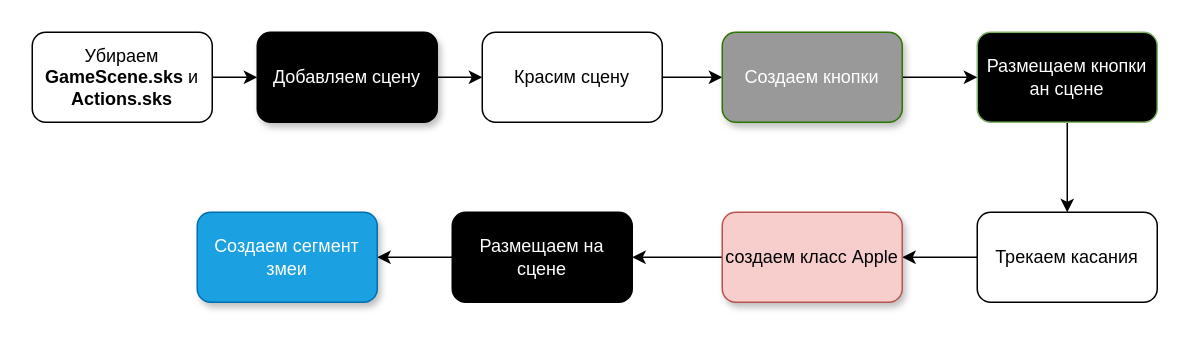
This is Untitled Diagram.drawio from Leonif/diagrams, a draw.io file, before an edit. Source tidied: cells renumbered, new cells numbered last; positions are measured from the earlier drawing's top-left corner, leaving out a move shared by most shapes. Both pictures are drawn from the tidied source at 150%, with x=0, y=0 at pixel (32, 32).
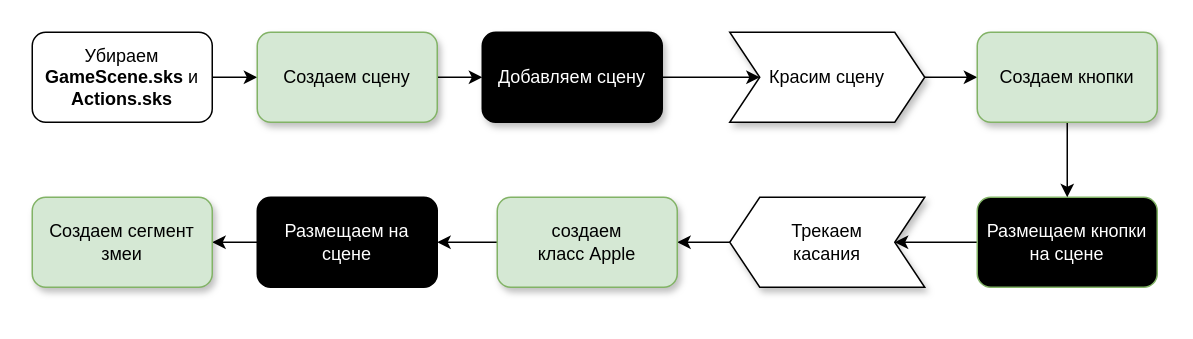
The same diagram, later.

The change refers to these unchanged cells:
```xml
<mxCell id="3" value="Убираем &lt;span style=&quot;font-weight: 600&quot;&gt;GameScene.sks&lt;/span&gt; и &lt;span style=&quot;font-weight: 600&quot;&gt;Actions.sks&lt;/span&gt;" style="rounded=1;whiteSpace=wrap;html=1;" parent="1" vertex="1">
  <mxGeometry width="120" height="60" as="geometry" />
</mxCell>
```

What changed in the source:
```diff
@@
-    <mxCell id="2" style="edgeStyle=orthogonalEdgeStyle;rounded=0;jettySize=auto;html=1;" parent="1" edge="1" source="3" target="5">
-      <mxGeometry relative="1" as="geometry" />
-    </mxCell>
+    <mxCell id="19" style="edgeStyle=orthogonalEdgeStyle;rounded=0;jettySize=auto;html=1;exitX=1;exitY=0.5;exitDx=0;exitDy=0;entryX=0;entryY=0.5;entryDx=0;entryDy=0;fontColor=#000000;" parent="1" edge="1" source="3" target="21">
+      <mxGeometry relative="1" as="geometry" />
+    </mxCell>
@@
-    <mxCell id="4" style="edgeStyle=orthogonalEdgeStyle;rounded=0;jettySize=auto;html=1;" parent="1" edge="1" source="5" target="7">
+    <mxCell id="4" style="edgeStyle=orthogonalEdgeStyle;rounded=0;jettySize=auto;html=1;entryX=0;entryY=0.5;entryDx=0;entryDy=0;" parent="1" edge="1" source="5" target="7">
       <mxGeometry relative="1" as="geometry" />
     </mxCell>
     <mxCell id="5" value="Добавляем сцену" style="whiteSpace=wrap;html=1;rounded=1;fillColor=#000000;fontColor=#FFFFFF;sketch=0;shadow=1;" parent="1" vertex="1">
-      <mxGeometry x="150" width="120" height="60" as="geometry" />
+      <mxGeometry x="300" width="120" height="60" as="geometry" />
     </mxCell>
-    <mxCell id="6" style="edgeStyle=orthogonalEdgeStyle;rounded=0;jettySize=auto;html=1;fontColor=#FFFFFF;" parent="1" edge="1" source="7" target="17">
+    <mxCell id="6" style="edgeStyle=orthogonalEdgeStyle;rounded=0;jettySize=auto;html=1;fontColor=#FFFFFF;exitX=1;exitY=0.5;exitDx=0;exitDy=0;" parent="1" edge="1" source="7" target="17">
       <mxGeometry relative="1" as="geometry" />
     </mxCell>
-    <mxCell id="7" value="Красим сцену" style="whiteSpace=wrap;html=1;rounded=1;" parent="1" vertex="1">
-      <mxGeometry x="300" width="120" height="60" as="geometry" />
-    </mxCell>
-    <mxCell id="8" style="edgeStyle=orthogonalEdgeStyle;rounded=0;jettySize=auto;html=1;" parent="1" edge="1" source="9" target="11">
-      <mxGeometry relative="1" as="geometry" />
+    <mxCell id="8" style="edgeStyle=orthogonalEdgeStyle;rounded=0;jettySize=auto;html=1;entryX=0;entryY=0.5;entryDx=0;entryDy=0;fontColor=#000000;" parent="1" edge="1" source="9" target="11">
+      <mxGeometry relative="1" as="geometry">
+        <Array as="points">
+          <mxPoint x="690" y="150" />
+        </Array>
+      </mxGeometry>
     </mxCell>
-    <mxCell id="9" value="Размещаем кнопки ан сцене" style="whiteSpace=wrap;html=1;rounded=1;strokeColor=#82b366;fontColor=#FFFFFF;fillColor=#000000;" parent="1" vertex="1">
-      <mxGeometry x="630" width="120" height="60" as="geometry" />
+    <mxCell id="9" value="Размещаем кнопки на сцене" style="whiteSpace=wrap;html=1;rounded=1;strokeColor=#82b366;fontColor=#FFFFFF;fillColor=#000000;" parent="1" vertex="1">
+      <mxGeometry x="630" y="110" width="120" height="60" as="geometry" />
     </mxCell>
-    <mxCell id="10" style="edgeStyle=orthogonalEdgeStyle;rounded=0;jettySize=auto;html=1;" parent="1" edge="1" source="11" target="13">
+    <mxCell id="10" style="edgeStyle=orthogonalEdgeStyle;rounded=0;jettySize=auto;html=1;exitX=0;exitY=0.5;exitDx=0;exitDy=0;" parent="1" edge="1" source="11" target="13">
       <mxGeometry relative="1" as="geometry" />
     </mxCell>
-    <mxCell id="11" value="Трекаем касания" style="whiteSpace=wrap;html=1;rounded=1;" parent="1" vertex="1">
-      <mxGeometry x="630" y="120" width="120" height="60" as="geometry" />
-    </mxCell>
@@
-    <mxCell id="13" value="создаем класс Apple" style="whiteSpace=wrap;html=1;rounded=1;fillColor=#f8cecc;strokeColor=#b85450;shadow=1;" parent="1" vertex="1">
-      <mxGeometry x="460" y="120" width="120" height="60" as="geometry" />
+    <mxCell id="13" value="&lt;div&gt;создаем &lt;br&gt;&lt;/div&gt;&lt;div&gt;класс Apple&lt;/div&gt;" style="whiteSpace=wrap;html=1;rounded=1;fillColor=#d5e8d4;strokeColor=#82b366;shadow=1;" parent="1" vertex="1">
+      <mxGeometry x="310" y="110" width="120" height="60" as="geometry" />
     </mxCell>
@@
     <mxCell id="15" value="Размещаем на сцене" style="whiteSpace=wrap;html=1;rounded=1;fillColor=#000000;fontColor=#FFFFFF;" parent="1" vertex="1">
-      <mxGeometry x="280" y="120" width="120" height="60" as="geometry" />
+      <mxGeometry x="150" y="110" width="120" height="60" as="geometry" />
     </mxCell>
@@
-    <mxCell id="17" value="Создаем кнопки" style="whiteSpace=wrap;html=1;rounded=1;strokeColor=#2D7600;fontColor=#ffffff;fillColor=#999999;shadow=1;" parent="1" vertex="1">
-      <mxGeometry x="460" width="120" height="60" as="geometry" />
+    <mxCell id="17" value="Создаем кнопки" style="whiteSpace=wrap;html=1;rounded=1;strokeColor=#82b366;fillColor=#d5e8d4;shadow=1;" parent="1" vertex="1">
+      <mxGeometry x="630" width="120" height="60" as="geometry" />
     </mxCell>
-    <mxCell id="18" value="Создаем сегмент змеи" style="whiteSpace=wrap;html=1;rounded=1;fontColor=#ffffff;fillColor=#1ba1e2;strokeColor=#006EAF;shadow=1;" parent="1" vertex="1">
-      <mxGeometry x="110" y="120" width="120" height="60" as="geometry" />
+    <mxCell id="18" value="Создаем сегмент змеи" style="whiteSpace=wrap;html=1;rounded=1;fillColor=#d5e8d4;strokeColor=#82b366;shadow=1;" parent="1" vertex="1">
+      <mxGeometry y="110" width="120" height="60" as="geometry" />
     </mxCell>
+    <mxCell id="7" value="Красим сцену" style="shape=step;perimeter=stepPerimeter;whiteSpace=wrap;html=1;fixedSize=1;shadow=1;sketch=0;fillColor=#FFFFFF;" parent="1" vertex="1">
+      <mxGeometry x="465" width="130" height="60" as="geometry" />
+    </mxCell>
+    <mxCell id="11" value="&lt;div&gt;Трекаем &lt;br&gt;&lt;/div&gt;&lt;div&gt;касания&lt;/div&gt;" style="shape=step;perimeter=stepPerimeter;whiteSpace=wrap;html=1;fixedSize=1;shadow=1;sketch=0;fillColor=#FFFFFF;direction=west;align=center;" parent="1" vertex="1">
+      <mxGeometry x="465" y="110" width="130" height="60" as="geometry" />
+    </mxCell>
+    <mxCell id="20" style="edgeStyle=orthogonalEdgeStyle;rounded=0;jettySize=auto;html=1;exitX=1;exitY=0.5;exitDx=0;exitDy=0;entryX=0;entryY=0.5;entryDx=0;entryDy=0;fontColor=#000000;" parent="1" edge="1" source="21" target="5">
+      <mxGeometry relative="1" as="geometry" />
+    </mxCell>
+    <mxCell id="21" value="Создаем сцену" style="whiteSpace=wrap;html=1;rounded=1;fillColor=#d5e8d4;strokeColor=#82b366;shadow=1;" parent="1" vertex="1">
+      <mxGeometry x="150" width="120" height="60" as="geometry" />
+    </mxCell>
```
